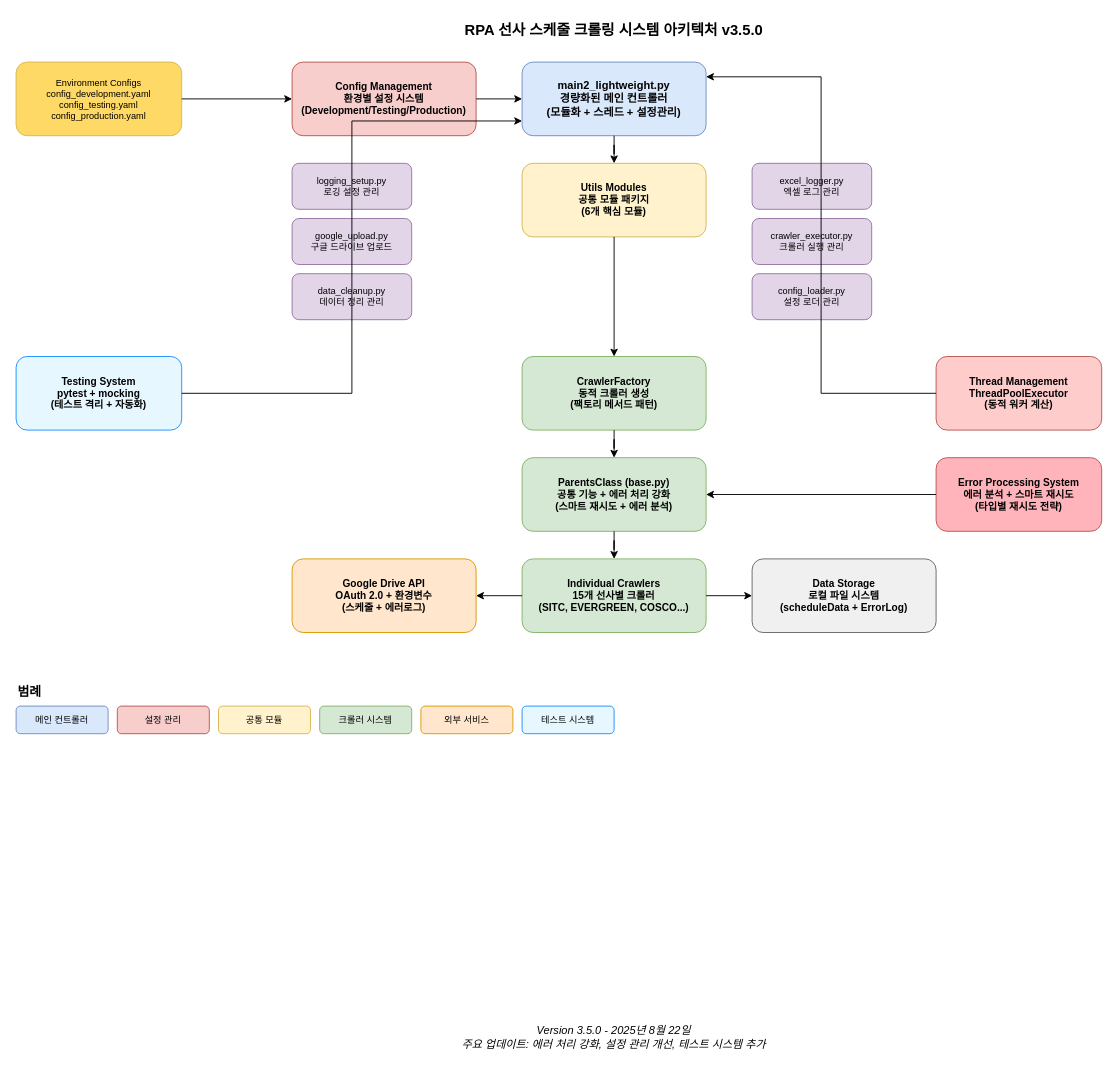
The draw.io diagram totalSystem.drawio in Binkoon/RPA_Crawling, before the edit. Source tidied: cells renumbered, new cells numbered last; positions are measured from the earlier drawing's top-left corner, leaving out a move shared by most shapes. Both pictures are drawn from the tidied source at 92%, with x=0, y=0 at pixel (16, 16).
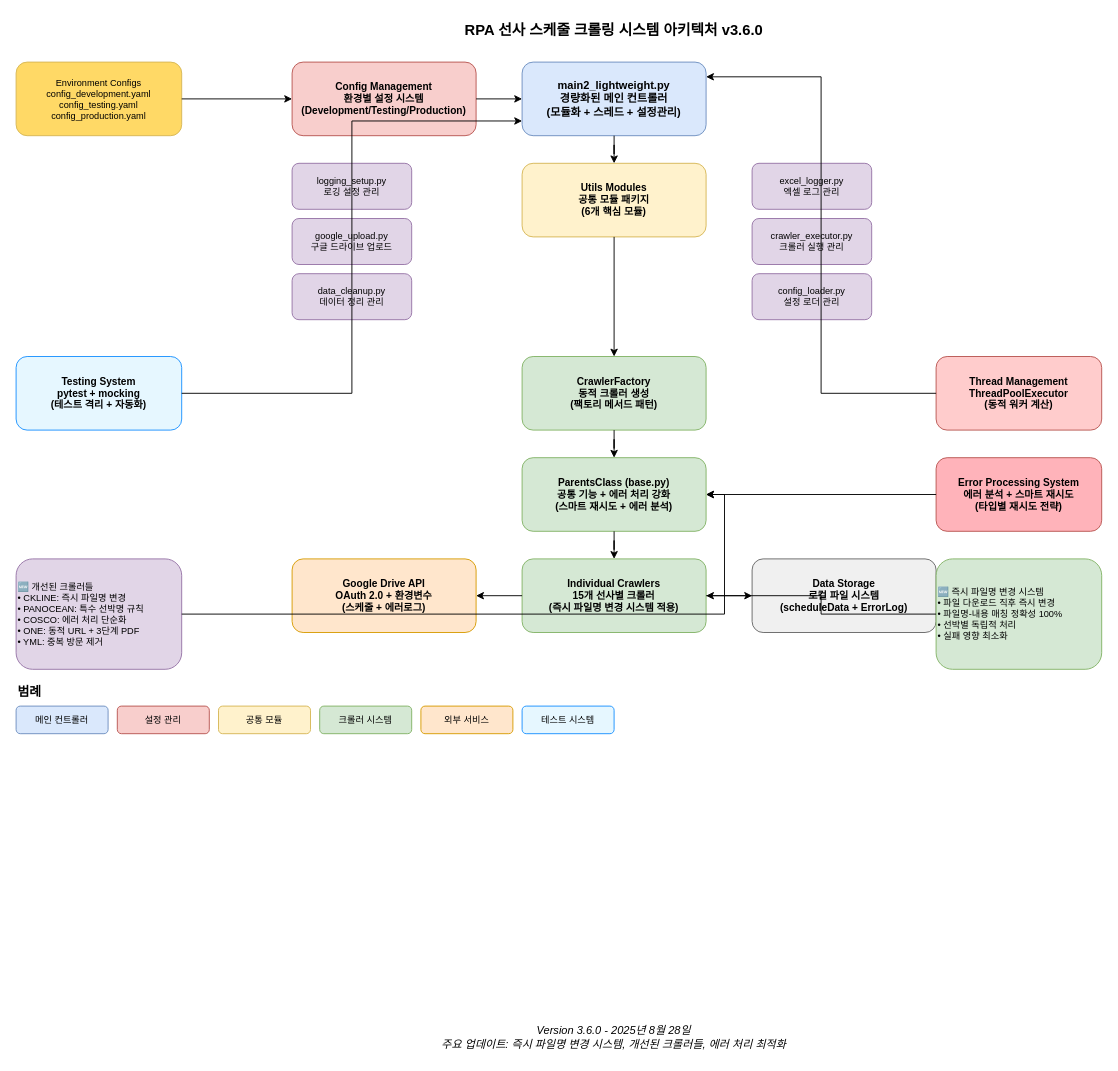
The same page after the edit.

The change refers to these unchanged cells:
```xml
<mxCell id="14" value="ParentsClass (base.py)&#10;공통 기능 + 에러 처리 강화&#10;(스마트 재시도 + 에러 분석)" style="rounded=1;whiteSpace=wrap;html=1;fillColor=#d5e8d4;strokeColor=#82b366;fontSize=11;fontStyle=1;" parent="1" vertex="1">
  <mxGeometry x="550" y="480" width="200" height="80" as="geometry" />
</mxCell>
```

Change to the diagram source:
```diff
@@
-    <mxCell id="2" value="RPA 선사 스케줄 크롤링 시스템 아키텍처 v3.5.0" style="text;html=1;strokeColor=none;fillColor=none;align=center;verticalAlign=middle;whiteSpace=wrap;rounded=0;fontSize=16;fontStyle=1;" parent="1" vertex="1">
+    <mxCell id="2" value="RPA 선사 스케줄 크롤링 시스템 아키텍처 v3.6.0" style="text;html=1;strokeColor=none;fillColor=none;align=center;verticalAlign=middle;whiteSpace=wrap;rounded=0;fontSize=16;fontStyle=1;" parent="1" vertex="1">
       <mxGeometry x="450" width="400" height="30" as="geometry" />
     </mxCell>
@@
-    <mxCell id="15" value="Individual Crawlers&#10;15개 선사별 크롤러&#10;(SITC, EVERGREEN, COSCO...)" style="rounded=1;whiteSpace=wrap;html=1;fillColor=#d5e8d4;strokeColor=#82b366;fontSize=11;fontStyle=1;" parent="1" vertex="1">
+    <mxCell id="15" value="Individual Crawlers&#10;15개 선사별 크롤러&#10;(즉시 파일명 변경 시스템 적용)" style="rounded=1;whiteSpace=wrap;html=1;fillColor=#d5e8d4;strokeColor=#82b366;fontSize=11;fontStyle=1;" parent="1" vertex="1">
       <mxGeometry x="550" y="590" width="200" height="80" as="geometry" />
     </mxCell>
+    <mxCell id="40" value="🆕 개선된 크롤러들&#10;• CKLINE: 즉시 파일명 변경&#10;• PANOCEAN: 특수 선박명 규칙&#10;• COSCO: 에러 처리 단순화&#10;• ONE: 동적 URL + 3단계 PDF&#10;• YML: 중복 방문 제거" style="rounded=1;whiteSpace=wrap;html=1;fillColor=#e1d5e7;strokeColor=#9673a6;fontSize=10;align=left;" parent="1" vertex="1">
+      <mxGeometry y="590" width="180" height="120" as="geometry" />
+    </mxCell>
@@
+    <mxCell id="41" value="🆕 즉시 파일명 변경 시스템&#10;• 파일 다운로드 직후 즉시 변경&#10;• 파일명-내용 매칭 정확성 100%&#10;• 선박별 독립적 처리&#10;• 실패 영향 최소화" style="rounded=1;whiteSpace=wrap;html=1;fillColor=#d5e8d4;strokeColor=#82b366;fontSize=10;align=left;" parent="1" vertex="1">
+      <mxGeometry x="1000" y="590" width="180" height="120" as="geometry" />
+    </mxCell>
@@
+    <mxCell id="42" style="edgeStyle=orthogonalEdgeStyle;rounded=0;jettySize=auto;html=1;entryX=1;entryY=0.5;entryDx=0;entryDy=0;" parent="1" edge="1" source="40" target="14">
+      <mxGeometry relative="1" as="geometry" />
+    </mxCell>
+    <mxCell id="43" style="edgeStyle=orthogonalEdgeStyle;rounded=0;jettySize=auto;html=1;entryX=1;entryY=0.5;entryDx=0;entryDy=0;" parent="1" edge="1" source="41" target="15">
+      <mxGeometry relative="1" as="geometry" />
+    </mxCell>
@@
-    <mxCell id="39" value="Version 3.5.0 - 2025년 8월 22일&#10;주요 업데이트: 에러 처리 강화, 설정 관리 개선, 테스트 시스템 추가" style="text;html=1;strokeColor=none;fillColor=none;align=center;verticalAlign=middle;whiteSpace=wrap;rounded=0;fontSize=12;fontStyle=2;" parent="1" vertex="1">
+    <mxCell id="39" value="Version 3.6.0 - 2025년 8월 28일&#10;주요 업데이트: 즉시 파일명 변경 시스템, 개선된 크롤러들, 에러 처리 최적화" style="text;html=1;strokeColor=none;fillColor=none;align=center;verticalAlign=middle;whiteSpace=wrap;rounded=0;fontSize=12;fontStyle=2;" parent="1" vertex="1">
       <mxGeometry x="450" y="1090" width="400" height="40" as="geometry" />
     </mxCell>
```
